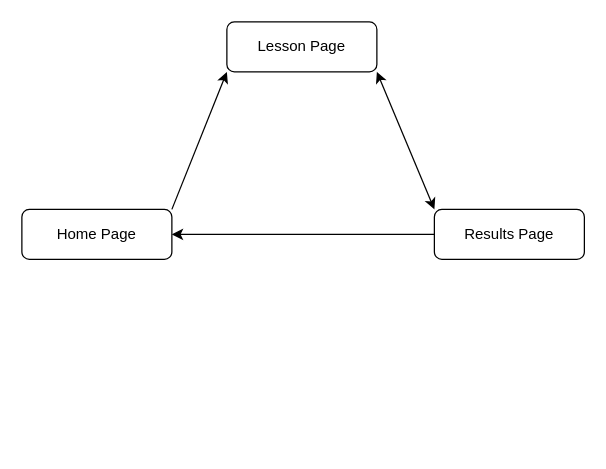
The draw.io diagram doc/web_app_flowchart/web_app_flowchart.drawio in oislen/CzechTutor, before the edit. Source tidied: cells renumbered, new cells numbered last; positions are measured from the earlier drawing's top-left corner, leaving out a move shared by most shapes. Both pictures are drawn from the tidied source at 125%, with x=0, y=0 at pixel (21, 21).
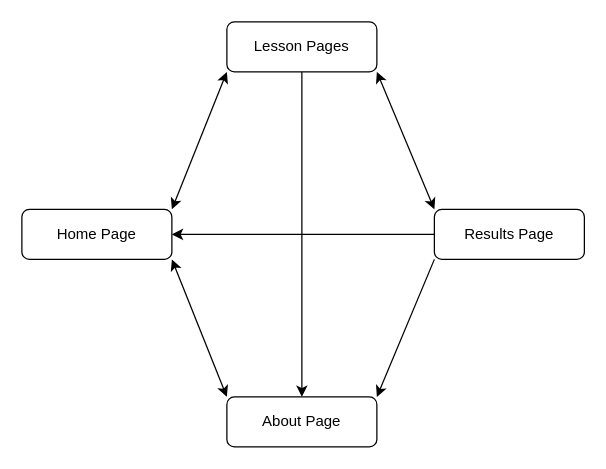
After the change.

Commit message (it also covers changes not shown here):
Updated web app flowchart with new about page

Diff of the diagram source:
```diff
@@
 <mxGraphModel>
   <root>
     <mxCell id="0" />
     <mxCell id="1" parent="0" />
     <mxCell id="2" value="Home Page" style="rounded=1;whiteSpace=wrap;html=1;fontSize=12;glass=0;strokeWidth=1;shadow=0;" parent="1" vertex="1">
       <mxGeometry y="150" width="120" height="40" as="geometry" />
     </mxCell>
-    <mxCell id="3" value="Lesson Page" style="rounded=1;whiteSpace=wrap;html=1;fontSize=12;glass=0;strokeWidth=1;shadow=0;" parent="1" vertex="1">
+    <mxCell id="3" value="Lesson Pages" style="rounded=1;whiteSpace=wrap;html=1;fontSize=12;glass=0;strokeWidth=1;shadow=0;" parent="1" vertex="1">
       <mxGeometry x="164" width="120" height="40" as="geometry" />
     </mxCell>
     <mxCell id="4" value="Results Page" style="rounded=1;whiteSpace=wrap;html=1;fontSize=12;glass=0;strokeWidth=1;shadow=0;" parent="1" vertex="1">
       <mxGeometry x="330" y="150" width="120" height="40" as="geometry" />
     </mxCell>
-    <mxCell id="5" style="endArrow=classic;html=1;rounded=0;exitX=1;exitY=0;exitDx=0;exitDy=0;entryX=0;entryY=1;entryDx=0;entryDy=0;" parent="1" edge="1" source="2" target="3">
+    <mxCell id="5" style="endArrow=classic;html=1;rounded=0;exitX=1;exitY=0;exitDx=0;exitDy=0;entryX=0;entryY=1;entryDx=0;entryDy=0;startArrow=classic;startFill=1;" parent="1" edge="1" source="2" target="3">
       <mxGeometry relative="1" as="geometry" />
     </mxCell>
     <mxCell id="6" style="endArrow=classic;startArrow=classic;html=1;rounded=0;exitX=1;exitY=1;exitDx=0;exitDy=0;entryX=0;entryY=0;entryDx=0;entryDy=0;startFill=1;" parent="1" edge="1" source="3" target="4">
       <mxGeometry relative="1" as="geometry" />
     </mxCell>
     <mxCell id="7" style="endArrow=classic;html=1;rounded=0;exitX=0;exitY=0.5;exitDx=0;exitDy=0;entryX=1;entryY=0.5;entryDx=0;entryDy=0;" parent="1" edge="1" source="4" target="2">
       <mxGeometry relative="1" as="geometry" />
     </mxCell>
+    <mxCell id="8" value="About Page" style="rounded=1;whiteSpace=wrap;html=1;fontSize=12;glass=0;strokeWidth=1;shadow=0;" parent="1" vertex="1">
+      <mxGeometry x="164" y="300" width="120" height="40" as="geometry" />
+    </mxCell>
+    <mxCell id="9" style="endArrow=classic;html=1;rounded=0;entryX=1;entryY=1;entryDx=0;entryDy=0;exitX=0;exitY=0;exitDx=0;exitDy=0;startArrow=classic;startFill=1;" parent="1" edge="1" source="8" target="2">
+      <mxGeometry relative="1" as="geometry" />
+    </mxCell>
+    <mxCell id="10" style="endArrow=classic;html=1;rounded=0;exitX=0.5;exitY=1;exitDx=0;exitDy=0;entryX=0.5;entryY=0;entryDx=0;entryDy=0;" parent="1" edge="1" source="3" target="8">
+      <mxGeometry relative="1" as="geometry" />
+    </mxCell>
+    <mxCell id="11" style="endArrow=classic;html=1;rounded=0;exitX=0;exitY=1;exitDx=0;exitDy=0;entryX=1;entryY=0;entryDx=0;entryDy=0;" parent="1" edge="1" source="4" target="8">
+      <mxGeometry relative="1" as="geometry" />
+    </mxCell>
   </root>
 </mxGraphModel>
```
